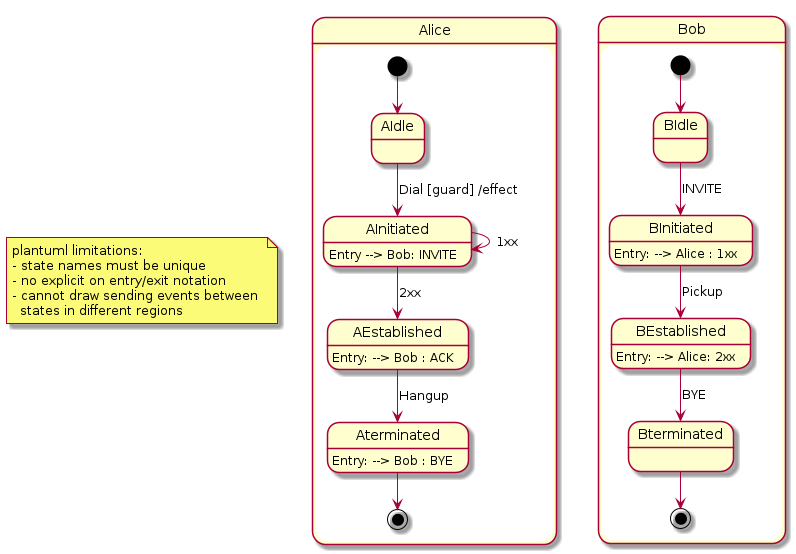
Earlier version of the PlantUML export plantuml/sip.png (melintea/upml). Its source is kept beside it as plantuml/sip.plantuml. Its diagram source:
```plantuml
@startuml

note as N1
  plantuml limitations:
  - state names must be unique
  - no explicit on entry/exit notation
  - cannot draw sending events between
    states in different regions
end note

state Alice {
  [*] --> AIdle
  AIdle --> AInitiated : Dial [guard] /effect

  AInitiated: Entry --> Bob: INVITE
  AInitiated --> AInitiated : 1xx
  AInitiated --> AEstablished : 2xx

  AEstablished: Entry: --> Bob : ACK
  AEstablished --> Aterminated : Hangup

  Aterminated: Entry: --> Bob : BYE
  Aterminated --> [*]
}

||

state Bob {
  [*] --> BIdle
  BIdle --> BInitiated : INVITE

  BInitiated: Entry: --> Alice : 1xx
  BInitiated --> BEstablished : Pickup

  BEstablished: Entry: --> Alice: 2xx
  BEstablished --> Bterminated : BYE

  Bterminated --> [*]
}

@enduml
```
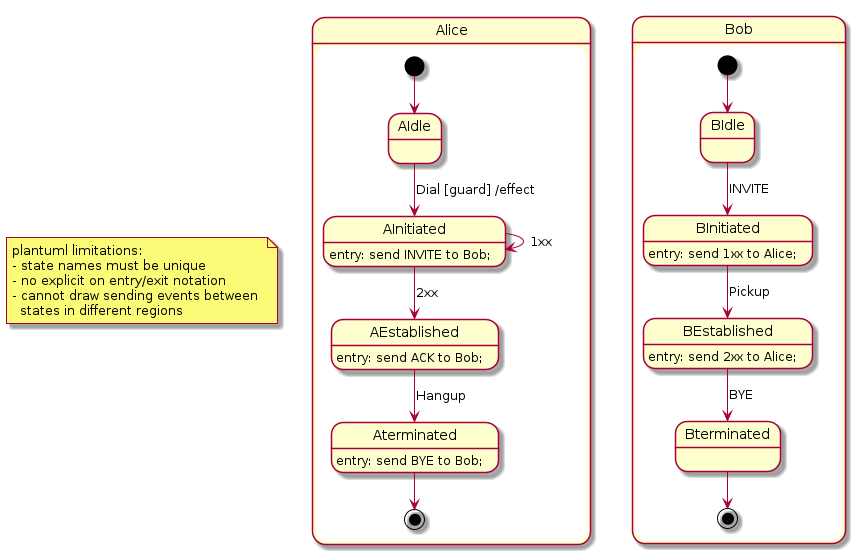
Above is the later version.

Commit message:
WIP: state entry/exit actions

What changed in the source:
```diff
@@ -12,14 +12,14 @@
   [*] --> AIdle
   AIdle --> AInitiated : Dial [guard] /effect
 
-  AInitiated: Entry --> Bob: INVITE
+  AInitiated: entry: send INVITE to Bob;
   AInitiated --> AInitiated : 1xx
   AInitiated --> AEstablished : 2xx
 
-  AEstablished: Entry: --> Bob : ACK
+  AEstablished: entry: send ACK to Bob;
   AEstablished --> Aterminated : Hangup
 
-  Aterminated: Entry: --> Bob : BYE
+  Aterminated: entry: send BYE to Bob;
   Aterminated --> [*]
 }
 
@@ -29,10 +29,10 @@
   [*] --> BIdle
   BIdle --> BInitiated : INVITE
 
-  BInitiated: Entry: --> Alice : 1xx
+  BInitiated: entry: send 1xx to Alice;
   BInitiated --> BEstablished : Pickup
 
-  BEstablished: Entry: --> Alice: 2xx
+  BEstablished: entry: send 2xx to Alice;
   BEstablished --> Bterminated : BYE
 
   Bterminated --> [*]
```
